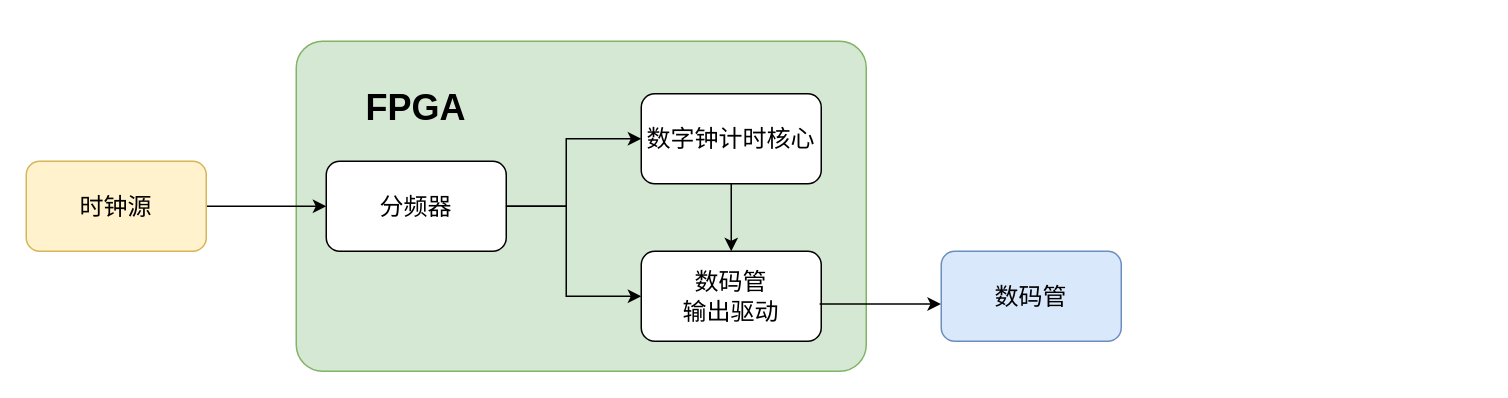
Earlier version of the draw.io diagram page "基本时钟框图" (2 of 4) of 多功能数字钟_实验指导书.drawio (zeandon/draw.io). Source tidied: cells renumbered, new cells numbered last; positions are measured from the earlier drawing's top-left corner, leaving out a move shared by most shapes. Both pictures are drawn from the tidied source at 150%, with x=0, y=0 at pixel (26, 40).
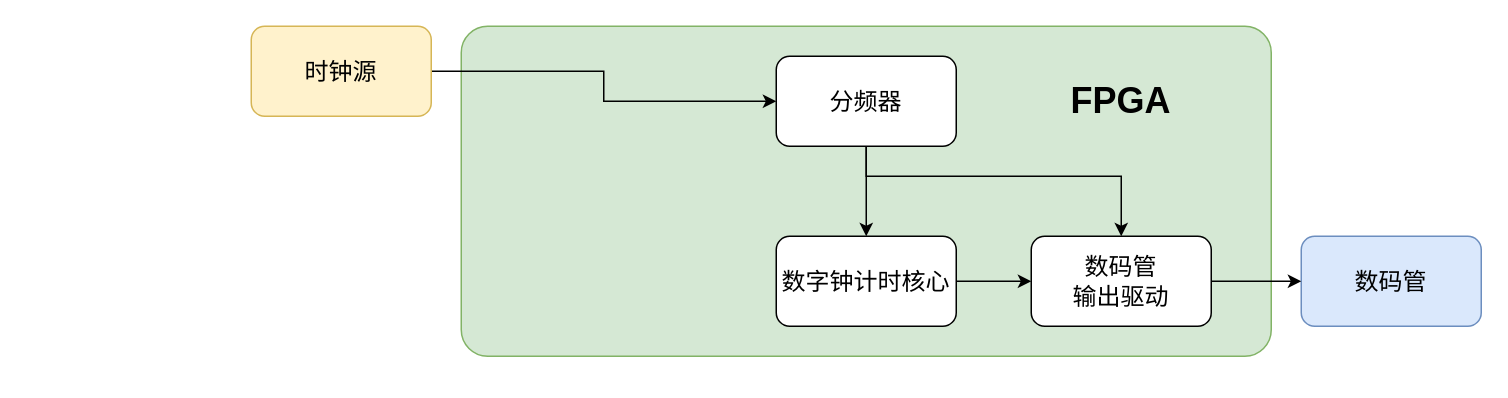
The same page after the edit.

Commit message (it also covers changes not shown here):
更新多功能数字钟_实验指导书.drawio

Change to the diagram source:
```diff
@@
-    <mxCell id="2" style="whiteSpace=wrap;html=1;rounded=1;arcSize=8;fillColor=#d5e8d4;strokeColor=#82b366;" parent="1" vertex="1">
-      <mxGeometry x="180" width="380" height="220" as="geometry" />
-    </mxCell>
+    <mxCell id="14" style="whiteSpace=wrap;html=1;rounded=1;arcSize=8;fillColor=#d5e8d4;strokeColor=#82b366;" parent="1" vertex="1">
+      <mxGeometry x="290" y="-10" width="540" height="220" as="geometry" />
+    </mxCell>
-    <mxCell id="3" style="edgeStyle=orthogonalEdgeStyle;rounded=0;jettySize=auto;html=1;exitX=1;exitY=0.5;exitDx=0;exitDy=0;entryX=0;entryY=0.5;entryDx=0;entryDy=0;" parent="1" edge="1" source="4" target="5">
-      <mxGeometry relative="1" as="geometry">
-        <Array as="points">
-          <mxPoint x="190" y="110" />
-          <mxPoint x="190" y="110" />
-        </Array>
-      </mxGeometry>
+    <mxCell id="3" style="edgeStyle=orthogonalEdgeStyle;rounded=0;jettySize=auto;html=1;" parent="1" edge="1" source="4" target="5">
+      <mxGeometry relative="1" as="geometry" />
     </mxCell>
     <mxCell id="4" value="时钟源" style="rounded=1;whiteSpace=wrap;html=1;fillColor=#fff2cc;strokeColor=#d6b656;fontSize=16;" parent="1" vertex="1">
-      <mxGeometry y="80" width="120" height="60" as="geometry" />
+      <mxGeometry x="150" y="-10" width="120" height="60" as="geometry" />
     </mxCell>
+    <mxCell id="11" style="edgeStyle=orthogonalEdgeStyle;rounded=0;jettySize=auto;html=1;" parent="1" edge="1" source="5" target="7">
+      <mxGeometry relative="1" as="geometry" />
+    </mxCell>
     <mxCell id="5" value="分频器" style="whiteSpace=wrap;html=1;rounded=1;fontSize=16;" parent="1" vertex="1">
-      <mxGeometry x="200" y="80" width="120" height="60" as="geometry" />
+      <mxGeometry x="500" y="10" width="120" height="60" as="geometry" />
     </mxCell>
@@
     <mxCell id="7" value="数字钟计时核心" style="whiteSpace=wrap;html=1;rounded=1;fontSize=16;" parent="1" vertex="1">
-      <mxGeometry x="410" y="35" width="120" height="60" as="geometry" />
+      <mxGeometry x="500" y="130" width="120" height="60" as="geometry" />
     </mxCell>
     <mxCell id="8" value="数码管&lt;div&gt;输出驱动&lt;/div&gt;" style="whiteSpace=wrap;html=1;rounded=1;fontSize=16;" parent="1" vertex="1">
-      <mxGeometry x="410" y="140" width="120" height="60" as="geometry" />
+      <mxGeometry x="670" y="130" width="120" height="60" as="geometry" />
     </mxCell>
+    <mxCell id="12" style="edgeStyle=orthogonalEdgeStyle;rounded=0;jettySize=auto;html=1;entryX=0.5;entryY=0;entryDx=0;entryDy=0;exitX=0.5;exitY=1;exitDx=0;exitDy=0;" parent="1" edge="1" source="5" target="8">
+      <mxGeometry relative="1" as="geometry">
+        <Array as="points">
+          <mxPoint x="560" y="90" />
+          <mxPoint x="730" y="90" />
+        </Array>
+      </mxGeometry>
+    </mxCell>
     <mxCell id="9" value="数码管" style="rounded=1;whiteSpace=wrap;html=1;fillColor=#dae8fc;strokeColor=#6c8ebf;fontSize=16;" parent="1" vertex="1">
-      <mxGeometry x="610" y="140" width="120" height="60" as="geometry" />
+      <mxGeometry x="850" y="130" width="120" height="60" as="geometry" />
     </mxCell>
+    <mxCell id="13" style="edgeStyle=orthogonalEdgeStyle;rounded=0;jettySize=auto;html=1;exitX=1;exitY=0.5;exitDx=0;exitDy=0;" parent="1" edge="1" source="8" target="9">
+      <mxGeometry relative="1" as="geometry" />
+    </mxCell>
     <mxCell id="10" value="&lt;b&gt;FPGA&lt;/b&gt;" style="text;html=1;whiteSpace=wrap;strokeColor=none;fillColor=none;align=center;verticalAlign=middle;rounded=0;fontSize=24;" parent="1" vertex="1">
-      <mxGeometry x="215" y="30" width="90" height="30" as="geometry" />
+      <mxGeometry x="685" y="25" width="90" height="30" as="geometry" />
     </mxCell>
-    <mxCell id="11" style="edgeStyle=orthogonalEdgeStyle;rounded=0;jettySize=auto;html=1;exitX=1;exitY=0.5;exitDx=0;exitDy=0;entryX=0;entryY=0.5;entryDx=0;entryDy=0;" parent="1" edge="1" source="5" target="7">
-      <mxGeometry relative="1" as="geometry">
-        <Array as="points">
-          <mxPoint x="360" y="110" />
-          <mxPoint x="360" y="65" />
-        </Array>
-      </mxGeometry>
-    </mxCell>
-    <mxCell id="12" style="edgeStyle=orthogonalEdgeStyle;rounded=0;jettySize=auto;html=1;exitX=1;exitY=0.5;exitDx=0;exitDy=0;entryX=0;entryY=0.5;entryDx=0;entryDy=0;" parent="1" edge="1" source="5" target="8">
-      <mxGeometry relative="1" as="geometry">
-        <Array as="points">
-          <mxPoint x="360" y="110" />
-          <mxPoint x="360" y="170" />
-        </Array>
-      </mxGeometry>
-    </mxCell>
-    <mxCell id="13" style="edgeStyle=orthogonalEdgeStyle;rounded=0;jettySize=auto;html=1;exitX=0.991;exitY=0.578;exitDx=0;exitDy=0;entryX=-0.002;entryY=0.586;entryDx=0;entryDy=0;entryPerimeter=0;exitPerimeter=0;" parent="1" edge="1" source="8" target="9">
-      <mxGeometry relative="1" as="geometry">
-        <Array as="points">
-          <mxPoint x="610" y="175" />
-        </Array>
-      </mxGeometry>
-    </mxCell>
```
